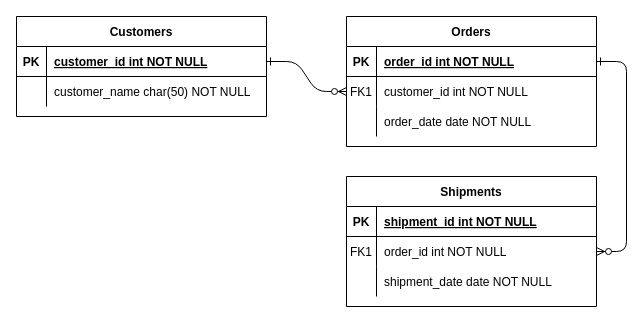
This is Projeto_DER_DBII.drawio from rsortica/cy_tat, a draw.io file, before an edit. Source tidied: cells renumbered, new cells numbered last; positions are measured from the earlier drawing's top-left corner, leaving out a move shared by most shapes. Both pictures are drawn from the tidied source at 100%, with x=0, y=0 at pixel (16, 16).
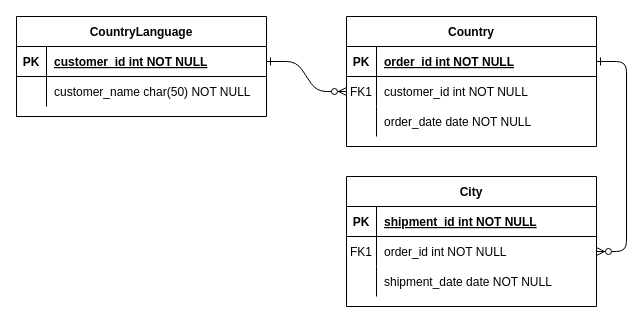
The same diagram, later.

The edit, as a diff of the source:
```diff
@@
-    <mxCell id="4" value="Orders" style="shape=table;startSize=30;childLayout=tableLayout;rowLines=0;fontStyle=1;align=center;" parent="1" vertex="1">
+    <mxCell id="4" value="Country" style="shape=table;startSize=30;childLayout=tableLayout;rowLines=0;fontStyle=1;align=center;" parent="1" vertex="1">
       <mxGeometry x="330" width="250" height="130" as="geometry" />
     </mxCell>
@@
-    <mxCell id="14" value="Shipments" style="shape=table;startSize=30;childLayout=tableLayout;rowLines=0;fontStyle=1;align=center;" parent="1" vertex="1">
+    <mxCell id="14" value="City" style="shape=table;startSize=30;childLayout=tableLayout;rowLines=0;fontStyle=1;align=center;" parent="1" vertex="1">
       <mxGeometry x="330" y="160" width="250" height="130" as="geometry" />
     </mxCell>
@@
-    <mxCell id="24" value="Customers" style="shape=table;startSize=30;childLayout=tableLayout;rowLines=0;fontStyle=1;align=center;" parent="1" vertex="1">
+    <mxCell id="24" value="CountryLanguage" style="shape=table;startSize=30;childLayout=tableLayout;rowLines=0;fontStyle=1;align=center;" parent="1" vertex="1">
       <mxGeometry width="250" height="100" as="geometry" />
     </mxCell>
```
